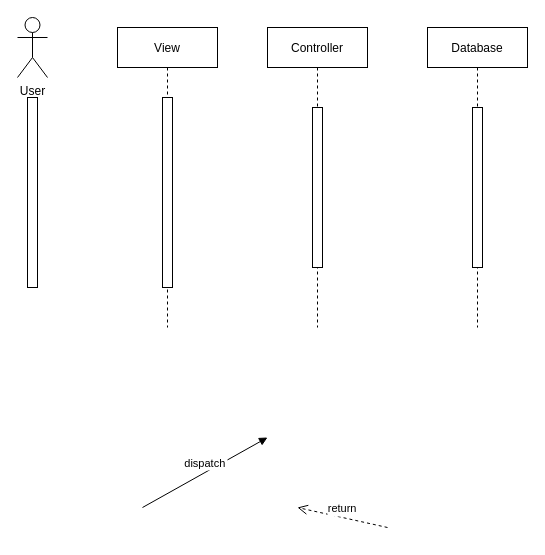
The draw.io diagram Diagram/Sequence Diagram/Default Sequence Diagram.drawio in hakunhan/employee_management, before the edit. Source tidied: cells renumbered, new cells numbered last; positions are measured from the earlier drawing's top-left corner, leaving out a move shared by most shapes. Both pictures are drawn from the tidied source at 100%, with x=0, y=0 at pixel (17, 17).
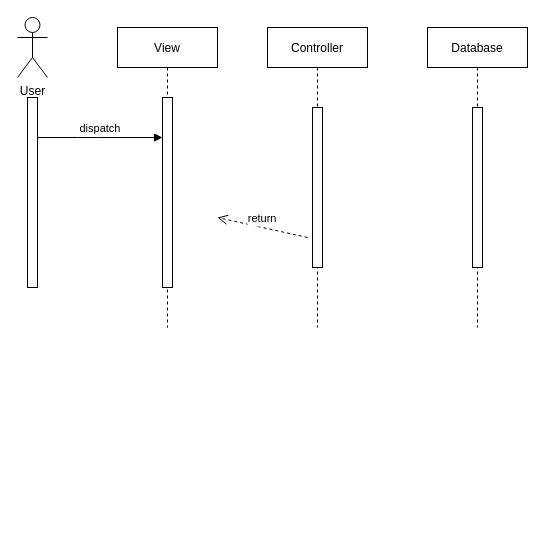
After the change.

The edit, as a diff of the source:
```diff
@@
 <mxGraphModel>
   <root>
     <mxCell id="0" />
     <mxCell id="1" parent="0" />
     <mxCell id="2" value="View" style="shape=umlLifeline;perimeter=lifelinePerimeter;rounded=0;shadow=0;strokeWidth=1;" parent="1" vertex="1">
       <mxGeometry x="100" y="10" width="100" height="300" as="geometry" />
     </mxCell>
     <mxCell id="3" style="points=[];perimeter=orthogonalPerimeter;rounded=0;shadow=0;strokeWidth=1;" parent="2" vertex="1">
       <mxGeometry x="45" y="70" width="10" height="190" as="geometry" />
     </mxCell>
     <mxCell id="4" value="Controller" style="shape=umlLifeline;perimeter=lifelinePerimeter;rounded=0;shadow=0;strokeWidth=1;" parent="1" vertex="1">
       <mxGeometry x="250" y="10" width="100" height="300" as="geometry" />
     </mxCell>
     <mxCell id="5" style="perimeter=orthogonalPerimeter;rounded=0;shadow=0;strokeWidth=1;" parent="4" vertex="1">
       <mxGeometry x="45" y="80" width="10" height="160" as="geometry" />
     </mxCell>
-    <mxCell id="6" value="dispatch" style="verticalAlign=bottom;endArrow=block;shadow=0;strokeWidth=1;" parent="1" edge="1">
+    <mxCell id="6" value="dispatch" style="verticalAlign=bottom;endArrow=block;shadow=0;strokeWidth=1;" parent="1" edge="1" source="11" target="3">
       <mxGeometry relative="1" as="geometry">
-        <mxPoint x="125" y="490" as="sourcePoint" />
-        <mxPoint x="250" y="420" as="targetPoint" />
+        <Array as="points">
+          <mxPoint x="70" y="120" />
+        </Array>
       </mxGeometry>
     </mxCell>
     <mxCell id="7" value="return" style="verticalAlign=bottom;endArrow=open;dashed=1;endSize=8;shadow=0;strokeWidth=1;" parent="1" edge="1">
       <mxGeometry relative="1" as="geometry">
-        <mxPoint x="370" y="510" as="sourcePoint" />
-        <mxPoint x="280" y="490" as="targetPoint" />
+        <mxPoint x="290" y="220" as="sourcePoint" />
+        <mxPoint x="200" y="200" as="targetPoint" />
       </mxGeometry>
     </mxCell>
     <mxCell id="8" value="User" style="shape=umlActor;verticalLabelPosition=bottom;verticalAlign=top;html=1;" parent="1" vertex="1">
       <mxGeometry width="30" height="60" as="geometry" />
     </mxCell>
     <mxCell id="9" value="Database" style="shape=umlLifeline;perimeter=lifelinePerimeter;rounded=0;shadow=0;strokeWidth=1;" parent="1" vertex="1">
       <mxGeometry x="410" y="10" width="100" height="300" as="geometry" />
     </mxCell>
     <mxCell id="10" style="perimeter=orthogonalPerimeter;rounded=0;shadow=0;strokeWidth=1;" parent="9" vertex="1">
       <mxGeometry x="45" y="80" width="10" height="160" as="geometry" />
     </mxCell>
     <mxCell id="11" style="points=[];perimeter=orthogonalPerimeter;rounded=0;shadow=0;strokeWidth=1;" parent="1" vertex="1">
       <mxGeometry x="10" y="80" width="10" height="190" as="geometry" />
     </mxCell>
   </root>
 </mxGraphModel>
```
